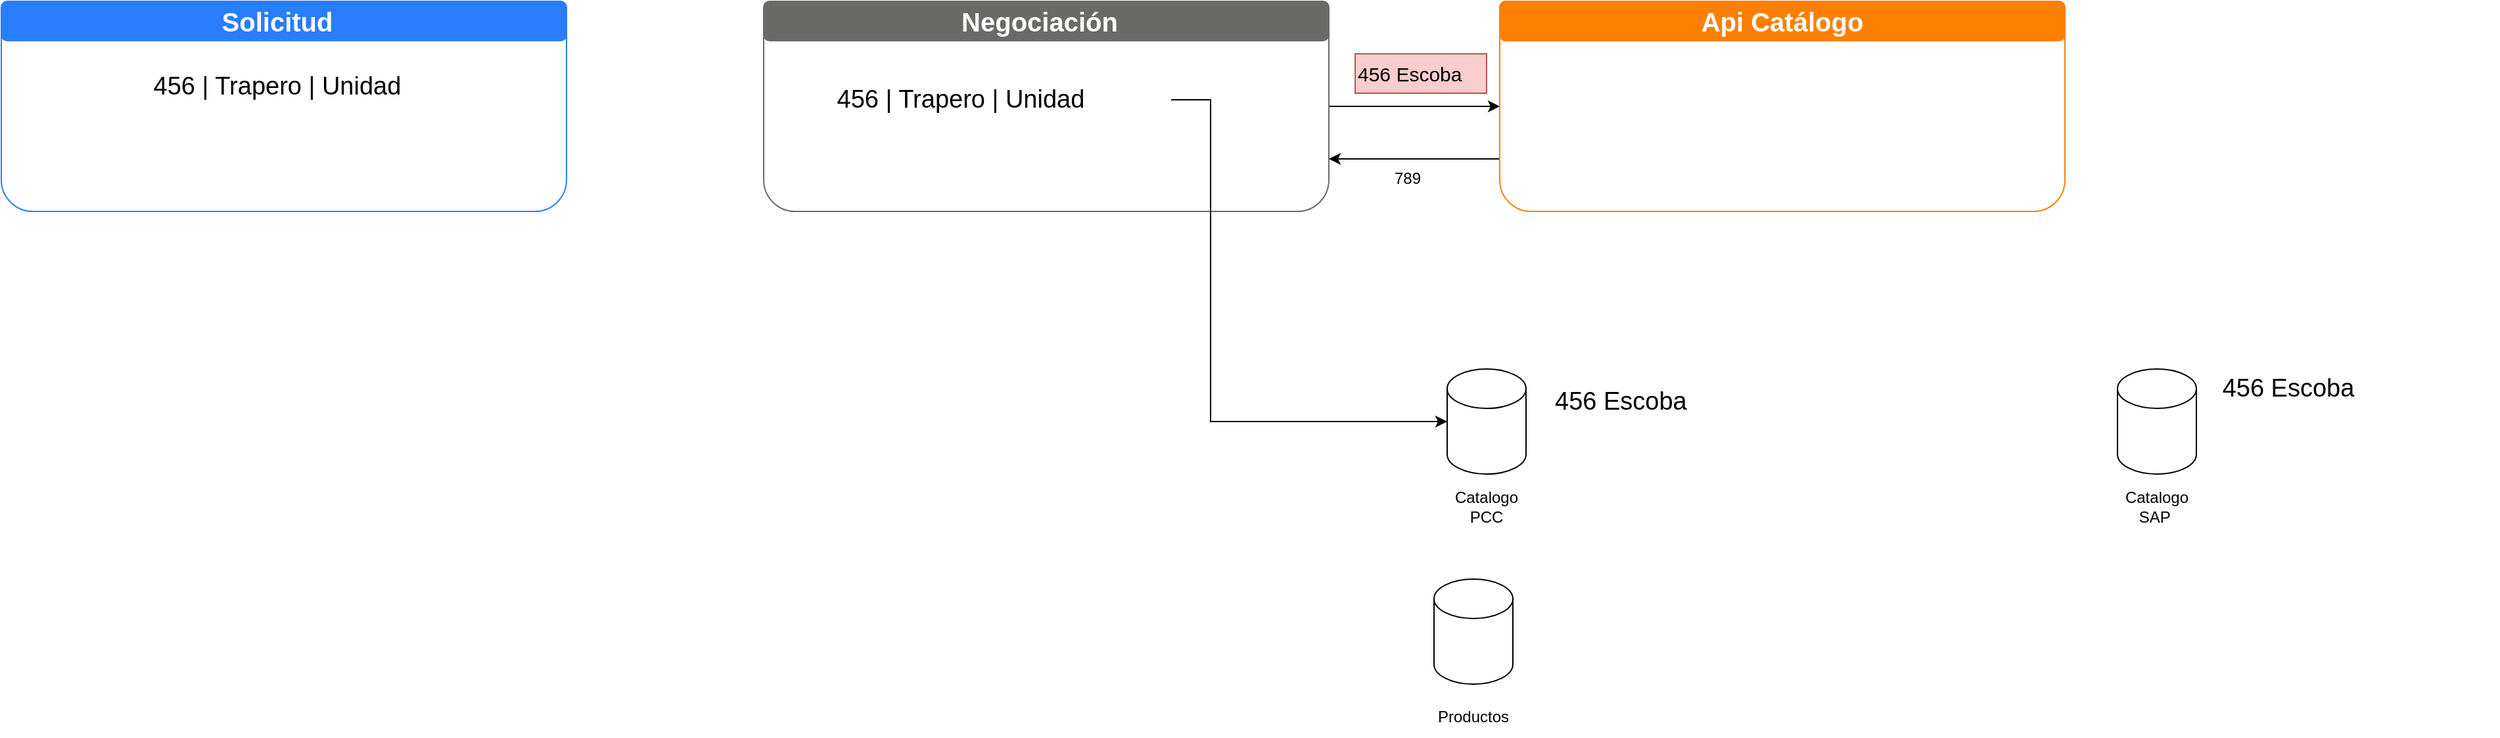
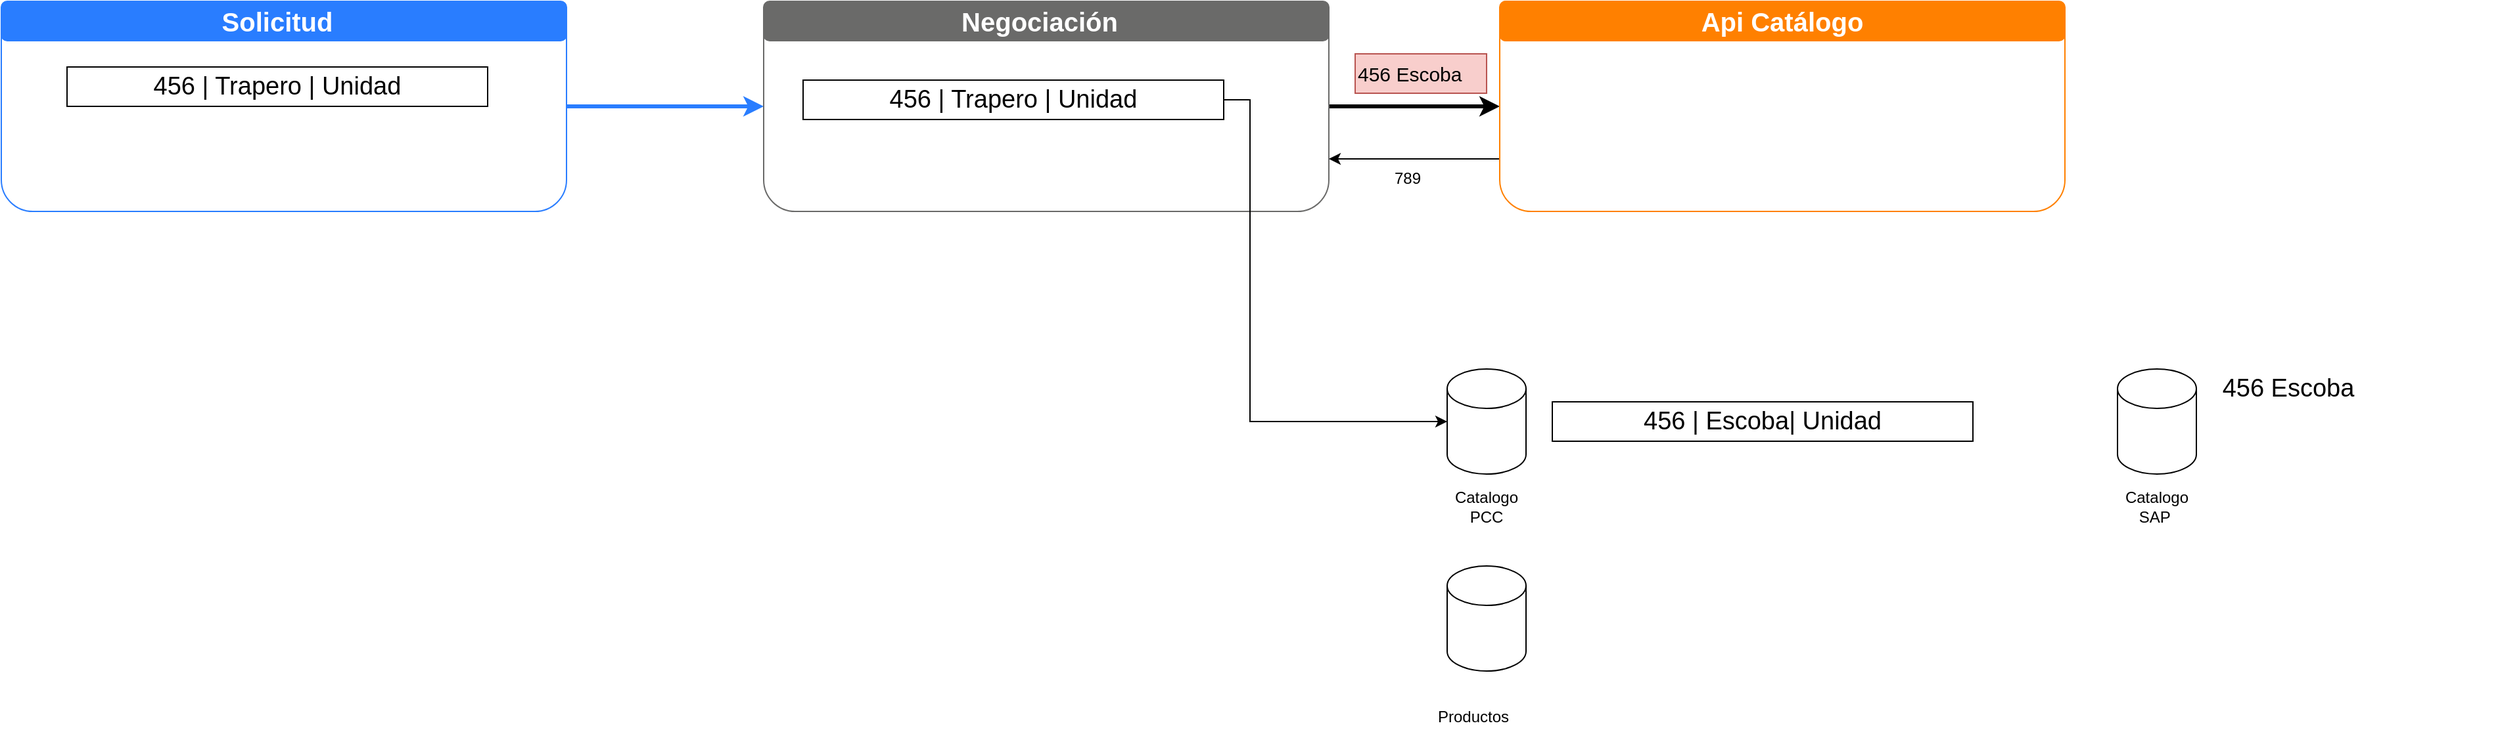
<mxfile host="app.diagrams.net">
  <diagram name="Page-1" id="UP9iQQHsG3meQlu-i4O-">
    <mxGraphModel dx="2477" dy="860" grid="1" gridSize="10" guides="1" tooltips="1" connect="1" arrows="1" fold="1" page="1" pageScale="1" pageWidth="850" pageHeight="1100" math="0" shadow="0">
      <root>
        <mxCell id="0" />
        <mxCell id="1" parent="0" />
+         <mxCell id="tUZNEgah8EPFakAkArj7-1" edge="1" parent="1" source="Nt2-6mFTUAAij5V2ATox-1" style="edgeStyle=orthogonalEdgeStyle;rounded=0;orthogonalLoop=1;jettySize=auto;html=1;entryX=0;entryY=0.5;entryDx=0;entryDy=0;strokeColor=#297DFF;strokeWidth=3;" target="Nt2-6mFTUAAij5V2ATox-12">
+           <mxGeometry relative="1" as="geometry" />
+         </mxCell>
        <mxCell id="Nt2-6mFTUAAij5V2ATox-1" parent="1" style="rounded=1;whiteSpace=wrap;html=1;strokeColor=#297DFF;" value="" vertex="1">
          <mxGeometry height="160" width="430" x="-380" y="110" as="geometry" />
        </mxCell>
        <mxCell id="Nt2-6mFTUAAij5V2ATox-7" parent="1" style="rounded=1;whiteSpace=wrap;html=1;fillColor=#297DFF;strokeColor=#297DFF;" value="" vertex="1">
          <mxGeometry height="30" width="430" x="-380" y="110" as="geometry" />
        </mxCell>
        <mxCell id="Nt2-6mFTUAAij5V2ATox-8" parent="1" style="text;html=1;whiteSpace=wrap;strokeColor=none;fillColor=none;align=center;verticalAlign=middle;rounded=0;fontColor=#FFFFFF;fontStyle=1;fontSize=20;" value="Solicitud" vertex="1">
          <mxGeometry height="30" width="60" x="-200" y="110" as="geometry" />
        </mxCell>
-         <mxCell id="Nt2-6mFTUAAij5V2ATox-21" edge="1" parent="1" source="Nt2-6mFTUAAij5V2ATox-12" style="edgeStyle=orthogonalEdgeStyle;rounded=0;orthogonalLoop=1;jettySize=auto;html=1;" target="Nt2-6mFTUAAij5V2ATox-15">
+         <mxCell id="Nt2-6mFTUAAij5V2ATox-21" edge="1" parent="1" source="Nt2-6mFTUAAij5V2ATox-12" style="edgeStyle=orthogonalEdgeStyle;rounded=0;orthogonalLoop=1;jettySize=auto;html=1;strokeWidth=3;" target="Nt2-6mFTUAAij5V2ATox-15">
          <mxGeometry relative="1" as="geometry" />
        </mxCell>
        <mxCell id="Nt2-6mFTUAAij5V2ATox-12" parent="1" style="rounded=1;whiteSpace=wrap;html=1;strokeColor=#6A6A69;" value="" vertex="1">
          <mxGeometry height="160" width="430" x="200" y="110" as="geometry" />
        </mxCell>
        <mxCell id="Nt2-6mFTUAAij5V2ATox-13" parent="1" style="rounded=1;whiteSpace=wrap;html=1;fillColor=#6A6A69;strokeColor=#6A6A69;" value="" vertex="1">
          <mxGeometry height="30" width="430" x="200" y="110" as="geometry" />
        </mxCell>
        <mxCell id="Nt2-6mFTUAAij5V2ATox-14" parent="1" style="text;html=1;whiteSpace=wrap;strokeColor=none;fillColor=none;align=center;verticalAlign=middle;rounded=0;fontColor=#FFFFFF;fontStyle=1;fontSize=20;" value="Negociación" vertex="1">
          <mxGeometry height="30" width="60" x="380" y="110" as="geometry" />
        </mxCell>
        <mxCell id="Nt2-6mFTUAAij5V2ATox-22" edge="1" parent="1" source="Nt2-6mFTUAAij5V2ATox-15" style="edgeStyle=orthogonalEdgeStyle;rounded=0;orthogonalLoop=1;jettySize=auto;html=1;exitX=0;exitY=0.75;exitDx=0;exitDy=0;entryX=1;entryY=0.75;entryDx=0;entryDy=0;" target="Nt2-6mFTUAAij5V2ATox-12">
          <mxGeometry relative="1" as="geometry" />
        </mxCell>
        <mxCell id="Nt2-6mFTUAAij5V2ATox-15" parent="1" style="rounded=1;whiteSpace=wrap;html=1;strokeColor=#FF8000;" value="" vertex="1">
          <mxGeometry height="160" width="430" x="760" y="110" as="geometry" />
        </mxCell>
        <mxCell id="Nt2-6mFTUAAij5V2ATox-16" parent="1" style="rounded=1;whiteSpace=wrap;html=1;fillColor=#FF8000;strokeColor=#FF8000;" value="" vertex="1">
          <mxGeometry height="30" width="430" x="760" y="110" as="geometry" />
        </mxCell>
        <mxCell id="Nt2-6mFTUAAij5V2ATox-17" parent="1" style="text;html=1;whiteSpace=wrap;strokeColor=none;fillColor=none;align=center;verticalAlign=middle;rounded=0;fontColor=#FFFFFF;fontStyle=1;fontSize=20;" value="Api Catálogo" vertex="1">
          <mxGeometry height="30" width="160" x="895" y="110" as="geometry" />
        </mxCell>
-         <mxCell id="Nt2-6mFTUAAij5V2ATox-19" parent="1" style="text;html=1;whiteSpace=wrap;strokeColor=none;fillColor=none;align=left;verticalAlign=middle;rounded=0;fontSize=19;" value="456 Escoba" vertex="1">
-           <mxGeometry height="30" width="320" x="800" y="400" as="geometry" />
-         </mxCell>
        <mxCell id="Nt2-6mFTUAAij5V2ATox-23" parent="1" style="text;html=1;whiteSpace=wrap;strokeColor=none;fillColor=none;align=center;verticalAlign=middle;rounded=0;" value="789" vertex="1">
          <mxGeometry height="30" width="60" x="660" y="230" as="geometry" />
        </mxCell>
        <mxCell id="Nt2-6mFTUAAij5V2ATox-24" parent="1" style="shape=cylinder3;whiteSpace=wrap;html=1;boundedLbl=1;backgroundOutline=1;size=15;" value="&lt;div&gt;&lt;br&gt;&lt;/div&gt;&lt;div&gt;&lt;br&gt;&lt;/div&gt;&lt;div&gt;&lt;br&gt;&lt;/div&gt;&lt;div&gt;&lt;br&gt;&lt;/div&gt;&lt;div&gt;&lt;br&gt;&lt;/div&gt;&lt;div&gt;&lt;br&gt;&lt;/div&gt;" vertex="1">
          <mxGeometry height="80" width="60" x="720" y="390" as="geometry" />
        </mxCell>
        <mxCell id="Nt2-6mFTUAAij5V2ATox-25" parent="1" style="text;html=1;whiteSpace=wrap;strokeColor=none;fillColor=none;align=center;verticalAlign=middle;rounded=0;" value="Catalogo PCC" vertex="1">
          <mxGeometry height="30" width="60" x="720" y="480" as="geometry" />
        </mxCell>
-         <mxCell id="Nt2-6mFTUAAij5V2ATox-26" parent="1" style="text;html=1;whiteSpace=wrap;strokeColor=none;fillColor=none;align=center;verticalAlign=middle;rounded=0;fontSize=19;" value="456 | Trapero&amp;nbsp;| Unidad" vertex="1">
+         <mxCell id="Nt2-6mFTUAAij5V2ATox-26" parent="1" style="text;html=1;whiteSpace=wrap;strokeColor=default;fillColor=none;align=center;verticalAlign=middle;rounded=0;fontSize=19;" value="456 | Trapero&amp;nbsp;| Unidad" vertex="1">
          <mxGeometry height="30" width="320" x="-330" y="160" as="geometry" />
        </mxCell>
-         <mxCell id="Nt2-6mFTUAAij5V2ATox-27" parent="1" style="text;html=1;whiteSpace=wrap;strokeColor=none;fillColor=none;align=center;verticalAlign=middle;rounded=0;fontSize=19;" value="456 | Trapero | Unidad" vertex="1">
-           <mxGeometry height="30" width="320" x="190" y="170" as="geometry" />
+         <mxCell id="Nt2-6mFTUAAij5V2ATox-27" parent="1" style="text;html=1;whiteSpace=wrap;strokeColor=default;fillColor=none;align=center;verticalAlign=middle;rounded=0;fontSize=19;" value="456 | Trapero | Unidad" vertex="1">
+           <mxGeometry height="30" width="320" x="230" y="170" as="geometry" />
        </mxCell>
        <mxCell id="Nt2-6mFTUAAij5V2ATox-29" parent="1" style="shape=cylinder3;whiteSpace=wrap;html=1;boundedLbl=1;backgroundOutline=1;size=15;" value="&lt;div&gt;&lt;br&gt;&lt;/div&gt;&lt;div&gt;&lt;br&gt;&lt;/div&gt;&lt;div&gt;&lt;br&gt;&lt;/div&gt;&lt;div&gt;&lt;br&gt;&lt;/div&gt;&lt;div&gt;&lt;br&gt;&lt;/div&gt;&lt;div&gt;&lt;br&gt;&lt;/div&gt;" vertex="1">
-           <mxGeometry height="80" width="60" x="710" y="550" as="geometry" />
+           <mxGeometry height="80" width="60" x="720" y="540" as="geometry" />
        </mxCell>
        <mxCell id="Nt2-6mFTUAAij5V2ATox-30" parent="1" style="text;html=1;whiteSpace=wrap;strokeColor=none;fillColor=none;align=center;verticalAlign=middle;rounded=0;" value="Productos" vertex="1">
          <mxGeometry height="30" width="60" x="710" y="640" as="geometry" />
        </mxCell>
        <mxCell id="Nt2-6mFTUAAij5V2ATox-34" parent="1" style="shape=cylinder3;whiteSpace=wrap;html=1;boundedLbl=1;backgroundOutline=1;size=15;" value="&lt;div&gt;&lt;br&gt;&lt;/div&gt;&lt;div&gt;&lt;br&gt;&lt;/div&gt;&lt;div&gt;&lt;br&gt;&lt;/div&gt;&lt;div&gt;&lt;br&gt;&lt;/div&gt;&lt;div&gt;&lt;br&gt;&lt;/div&gt;&lt;div&gt;&lt;br&gt;&lt;/div&gt;" vertex="1">
          <mxGeometry height="80" width="60" x="1230" y="390" as="geometry" />
        </mxCell>
        <mxCell id="Nt2-6mFTUAAij5V2ATox-35" parent="1" style="text;html=1;whiteSpace=wrap;strokeColor=none;fillColor=none;align=center;verticalAlign=middle;rounded=0;" value="Catalogo&lt;div&gt;SAP&amp;nbsp;&lt;/div&gt;" vertex="1">
          <mxGeometry height="30" width="60" x="1230" y="480" as="geometry" />
        </mxCell>
        <mxCell id="Nt2-6mFTUAAij5V2ATox-36" parent="1" style="text;html=1;whiteSpace=wrap;strokeColor=none;fillColor=none;align=center;verticalAlign=middle;rounded=0;fontSize=19;" value="456 Escoba" vertex="1">
          <mxGeometry height="30" width="320" x="1200" y="390" as="geometry" />
        </mxCell>
        <mxCell id="Nt2-6mFTUAAij5V2ATox-37" edge="1" parent="1" source="Nt2-6mFTUAAij5V2ATox-27" style="edgeStyle=orthogonalEdgeStyle;rounded=0;orthogonalLoop=1;jettySize=auto;html=1;entryX=0;entryY=0.5;entryDx=0;entryDy=0;entryPerimeter=0;" target="Nt2-6mFTUAAij5V2ATox-24">
          <mxGeometry relative="1" as="geometry">
            <Array as="points">
-               <mxPoint x="540" y="430" />
+               <mxPoint x="570" y="185" />
+               <mxPoint x="570" y="430" />
            </Array>
          </mxGeometry>
        </mxCell>
        <mxCell id="Nt2-6mFTUAAij5V2ATox-38" parent="1" style="text;html=1;whiteSpace=wrap;strokeColor=#b85450;fillColor=#f8cecc;align=left;verticalAlign=middle;rounded=0;fontSize=15;" value="456 Escoba" vertex="1">
          <mxGeometry height="30" width="100" x="650" y="150" as="geometry" />
        </mxCell>
+         <mxCell id="tUZNEgah8EPFakAkArj7-3" parent="1" style="text;html=1;whiteSpace=wrap;strokeColor=default;fillColor=none;align=center;verticalAlign=middle;rounded=0;fontSize=19;" value="456 | Escoba| Unidad" vertex="1">
+           <mxGeometry height="30" width="320" x="800" y="415" as="geometry" />
+         </mxCell>
      </root>
    </mxGraphModel>
  </diagram>
</mxfile>
